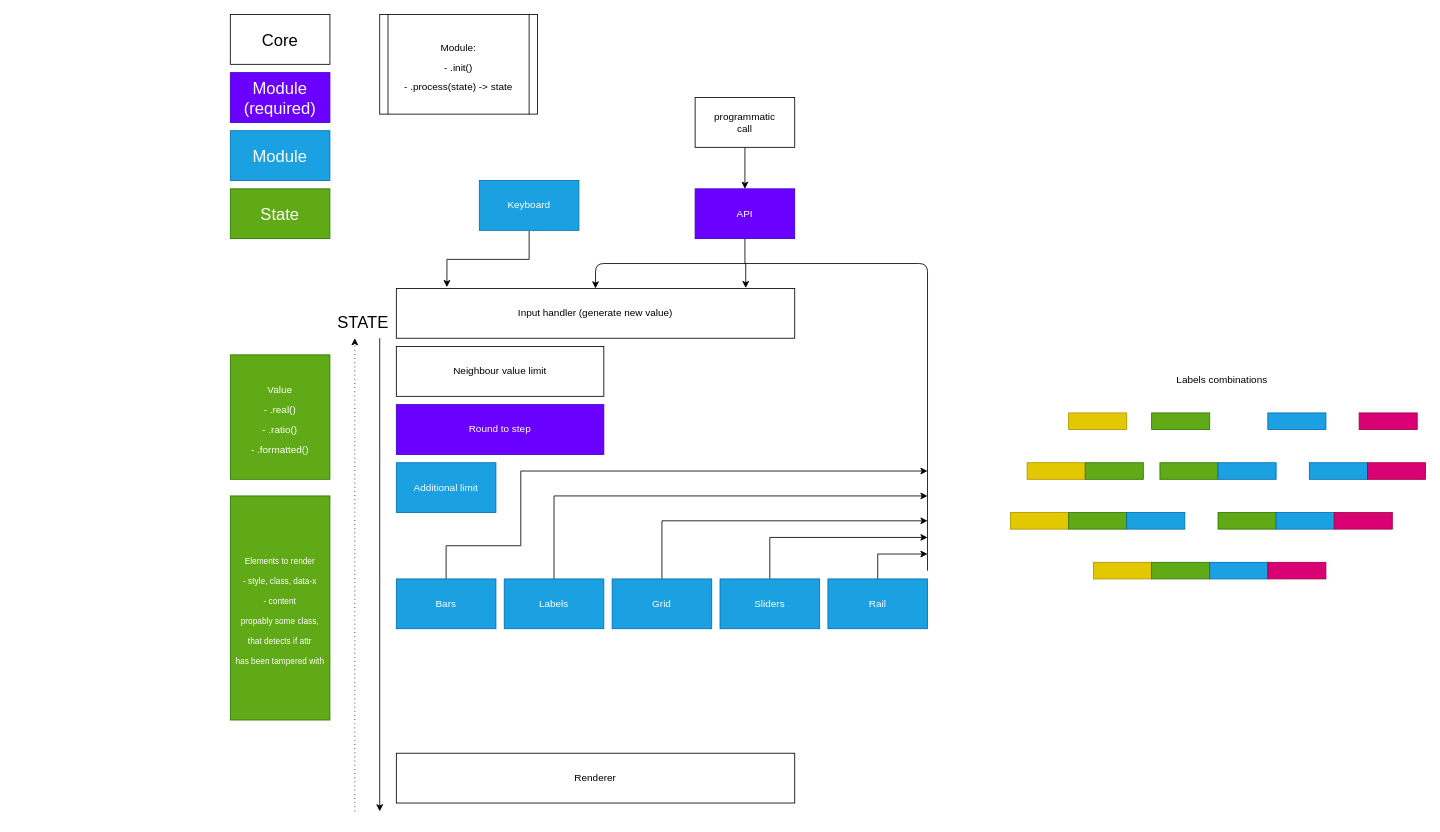
The draw.io diagram architecture.drawio in soanvig/mm-jsr, before the edit. Source tidied: cells renumbered, new cells numbered last; positions are measured from the earlier drawing's top-left corner, leaving out a move shared by most shapes. Both pictures are drawn from the tidied source at 83%, with x=0, y=0 at pixel (230, 14).
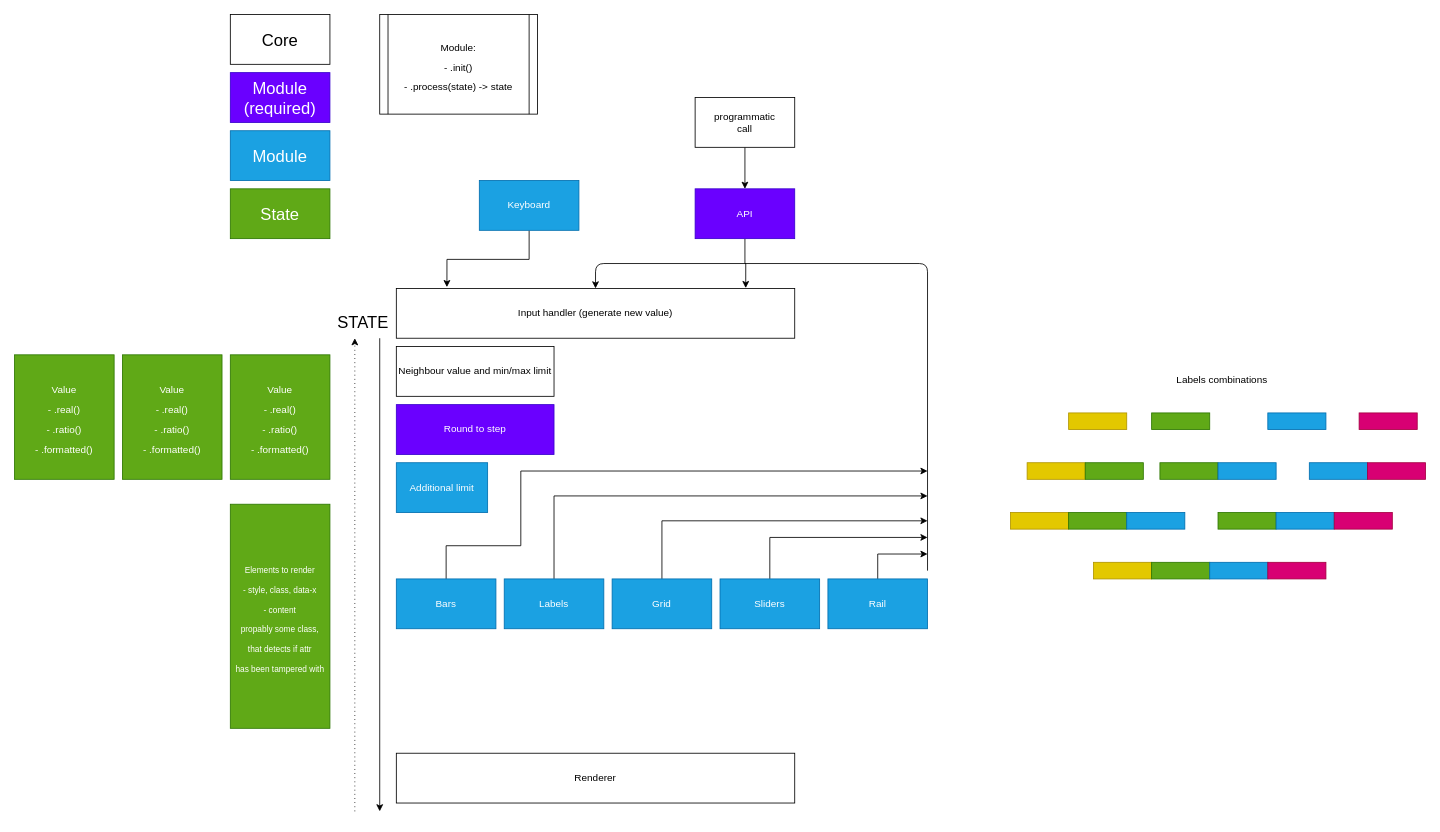
Above is the later version.

What changed in the source:
```diff
@@
-    <mxCell id="8" value="Neighbour value limit" style="rounded=0;whiteSpace=wrap;html=1;" parent="1" vertex="1">
-      <mxGeometry x="200" y="400" width="250" height="60" as="geometry" />
+    <mxCell id="8" value="Neighbour value and min/max limit" style="rounded=0;whiteSpace=wrap;html=1;" parent="1" vertex="1">
+      <mxGeometry x="200" y="400" width="190" height="60" as="geometry" />
     </mxCell>
     <mxCell id="9" value="Round to step" style="rounded=0;whiteSpace=wrap;html=1;fillColor=#6a00ff;strokeColor=#3700CC;fontColor=#ffffff;" parent="1" vertex="1">
-      <mxGeometry x="200" y="470" width="250" height="60" as="geometry" />
+      <mxGeometry x="200" y="470" width="190" height="60" as="geometry" />
     </mxCell>
@@
     <mxCell id="16" value="Additional limit" style="rounded=0;whiteSpace=wrap;html=1;fillColor=#1ba1e2;strokeColor=#006EAF;fontColor=#ffffff;" parent="1" vertex="1">
-      <mxGeometry x="200" y="540" width="120" height="60" as="geometry" />
+      <mxGeometry x="200" y="540" width="110" height="60" as="geometry" />
     </mxCell>
@@
     <mxCell id="32" value="&lt;font style=&quot;font-size: 10px&quot;&gt;Elements to render&lt;br&gt;- style, class, data-x&lt;br&gt;- content&lt;br&gt;propably some class,&lt;br&gt;that detects if attr&lt;br&gt;has been tampered with&lt;br&gt;&lt;/font&gt;" style="rounded=0;whiteSpace=wrap;html=1;fontSize=20;fillColor=#60a917;strokeColor=#2D7600;fontColor=#ffffff;" parent="1" vertex="1">
-      <mxGeometry y="580" width="120" height="270" as="geometry" />
+      <mxGeometry y="590" width="120" height="270" as="geometry" />
     </mxCell>
@@
+    <mxCell id="55" value="&lt;font style=&quot;font-size: 12px&quot;&gt;Value&lt;br&gt;- .real()&lt;br&gt;- .ratio()&lt;br&gt;- .formatted()&lt;br&gt;&lt;/font&gt;" style="rounded=0;whiteSpace=wrap;html=1;fontSize=20;fillColor=#60a917;strokeColor=#2D7600;fontColor=#ffffff;" parent="1" vertex="1">
+      <mxGeometry x="-130" y="410" width="120" height="150" as="geometry" />
+    </mxCell>
+    <mxCell id="56" value="&lt;font style=&quot;font-size: 12px&quot;&gt;Value&lt;br&gt;- .real()&lt;br&gt;- .ratio()&lt;br&gt;- .formatted()&lt;br&gt;&lt;/font&gt;" style="rounded=0;whiteSpace=wrap;html=1;fontSize=20;fillColor=#60a917;strokeColor=#2D7600;fontColor=#ffffff;" parent="1" vertex="1">
+      <mxGeometry x="-260" y="410" width="120" height="150" as="geometry" />
+    </mxCell>
```
